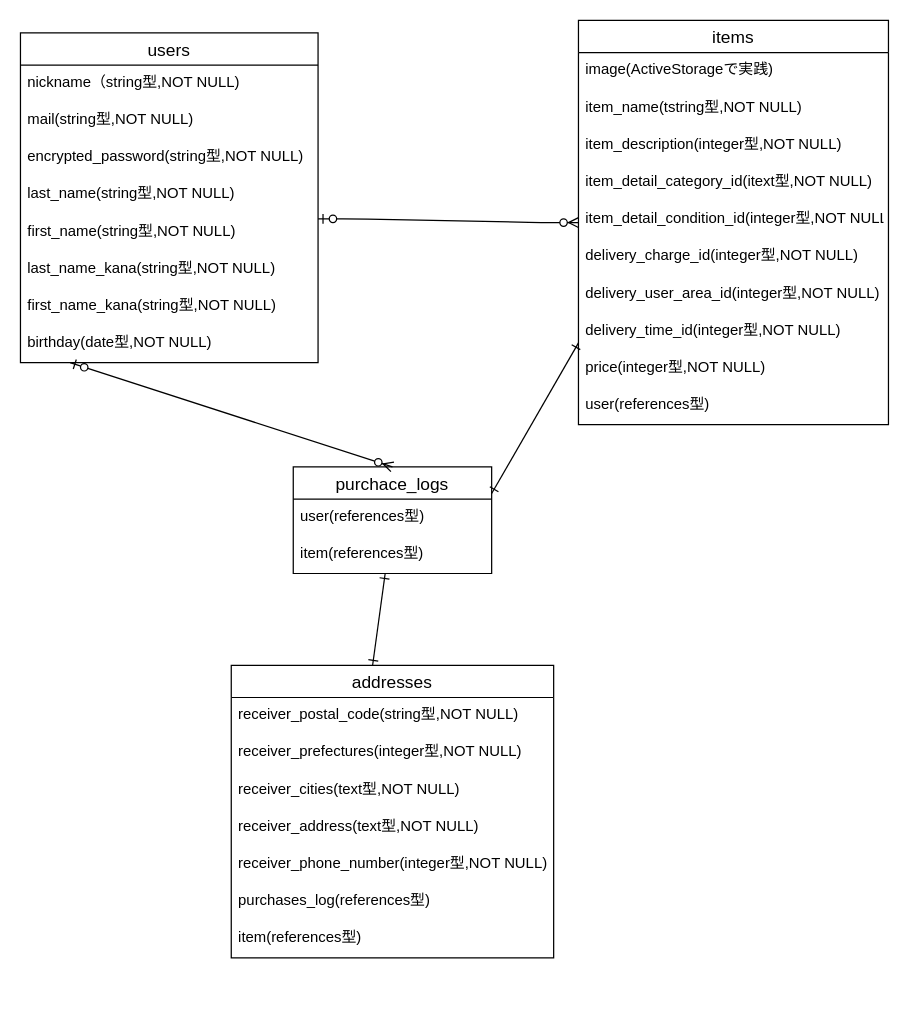
Earlier version of the draw.io diagram ER図.dio (honaki-days/furima-35831). Source tidied: cells renumbered, new cells numbered last; positions are measured from the earlier drawing's top-left corner, leaving out a move shared by most shapes. Both pictures are drawn from the tidied source at 124%, with x=0, y=0 at pixel (20, 20).
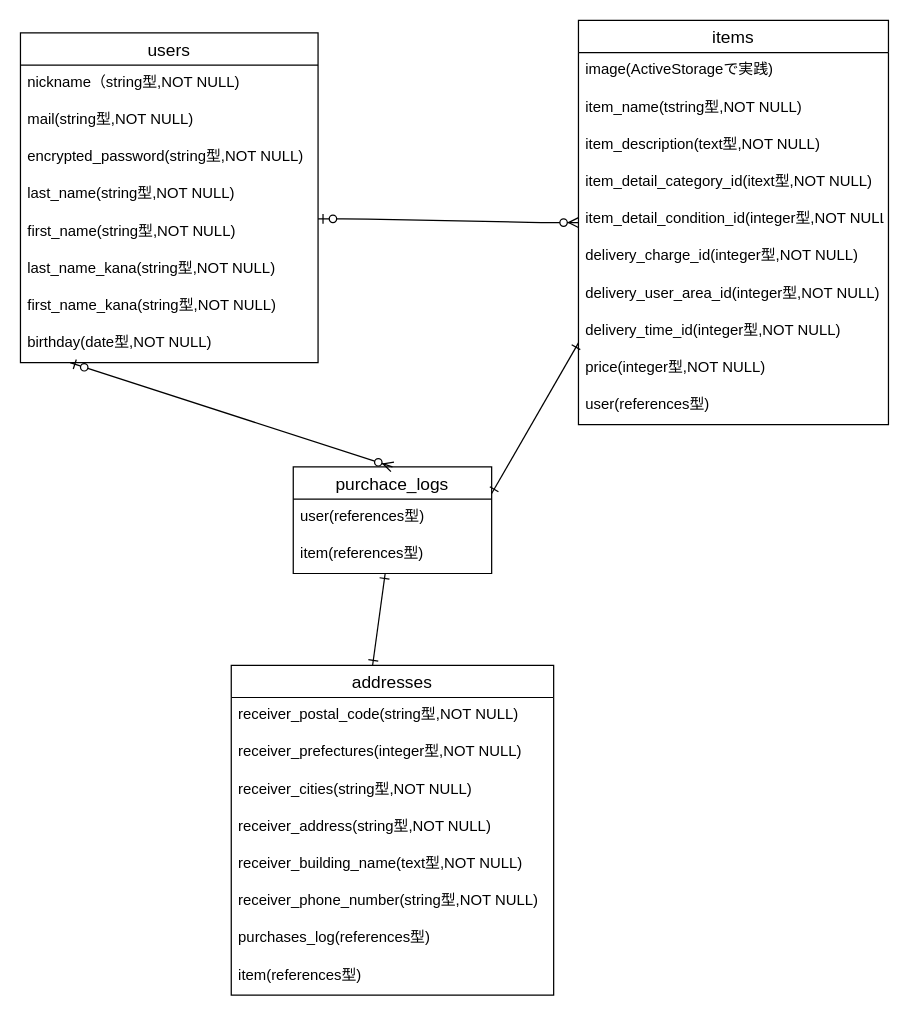
After the change.

Commit message (it also covers changes not shown here):
ER図・README.md修正3回目

The change refers to these unchanged cells:
```xml
<mxCell id="11" value="items" style="swimlane;fontStyle=0;horizontal=1;startSize=26;align=center;fontSize=14;" parent="1" vertex="1">
  <mxGeometry x="450" width="250" height="326" as="geometry" />
</mxCell>
```

What changed in the source:
```diff
@@
-    <mxCell id="14" value="item_description(integer型,NOT NULL)" style="text;strokeColor=none;fillColor=none;spacingLeft=4;spacingRight=4;overflow=hidden;fontSize=12;" parent="11" vertex="1">
+    <mxCell id="14" value="item_description(text型,NOT NULL)" style="text;strokeColor=none;fillColor=none;spacingLeft=4;spacingRight=4;overflow=hidden;fontSize=12;" parent="11" vertex="1">
       <mxGeometry y="86" width="250" height="30" as="geometry" />
     </mxCell>
@@
     <mxCell id="22" value="addresses" style="swimlane;fontStyle=0;horizontal=1;startSize=26;align=center;fontSize=14;" parent="1" vertex="1">
-      <mxGeometry x="170" y="520" width="260" height="236" as="geometry" />
+      <mxGeometry x="170" y="520" width="260" height="266" as="geometry" />
     </mxCell>
@@
-    <mxCell id="25" value="receiver_cities(text型,NOT NULL)" style="text;strokeColor=none;fillColor=none;spacingLeft=4;spacingRight=4;overflow=hidden;fontSize=12;" parent="22" vertex="1">
+    <mxCell id="25" value="receiver_cities(string型,NOT NULL)" style="text;strokeColor=none;fillColor=none;spacingLeft=4;spacingRight=4;overflow=hidden;fontSize=12;" parent="22" vertex="1">
       <mxGeometry y="86" width="260" height="30" as="geometry" />
     </mxCell>
-    <mxCell id="26" value="receiver_address(text型,NOT NULL)" style="text;strokeColor=none;fillColor=none;spacingLeft=4;spacingRight=4;overflow=hidden;fontSize=12;" parent="22" vertex="1">
+    <mxCell id="26" value="receiver_address(string型,NOT NULL)" style="text;strokeColor=none;fillColor=none;spacingLeft=4;spacingRight=4;overflow=hidden;fontSize=12;" parent="22" vertex="1">
       <mxGeometry y="116" width="260" height="30" as="geometry" />
     </mxCell>
+    <mxCell id="37" value="receiver_building_name(text型,NOT NULL)" style="text;strokeColor=none;fillColor=none;spacingLeft=4;spacingRight=4;overflow=hidden;fontSize=12;" parent="22" vertex="1">
+      <mxGeometry y="146" width="260" height="30" as="geometry" />
+    </mxCell>
-    <mxCell id="27" value="receiver_phone_number(integer型,NOT NULL)" style="text;strokeColor=none;fillColor=none;spacingLeft=4;spacingRight=4;overflow=hidden;fontSize=12;" parent="22" vertex="1">
-      <mxGeometry y="146" width="260" height="30" as="geometry" />
+    <mxCell id="27" value="receiver_phone_number(string型,NOT NULL)" style="text;strokeColor=none;fillColor=none;spacingLeft=4;spacingRight=4;overflow=hidden;fontSize=12;" parent="22" vertex="1">
+      <mxGeometry y="176" width="260" height="30" as="geometry" />
     </mxCell>
     <mxCell id="28" value="purchases_log(references型)" style="text;strokeColor=none;fillColor=none;spacingLeft=4;spacingRight=4;overflow=hidden;fontSize=12;" parent="22" vertex="1">
-      <mxGeometry y="176" width="260" height="30" as="geometry" />
+      <mxGeometry y="206" width="260" height="30" as="geometry" />
     </mxCell>
     <mxCell id="29" value="item(references型)" style="text;strokeColor=none;fillColor=none;spacingLeft=4;spacingRight=4;overflow=hidden;fontSize=12;" parent="22" vertex="1">
-      <mxGeometry y="206" width="260" height="30" as="geometry" />
+      <mxGeometry y="236" width="260" height="30" as="geometry" />
     </mxCell>
```
